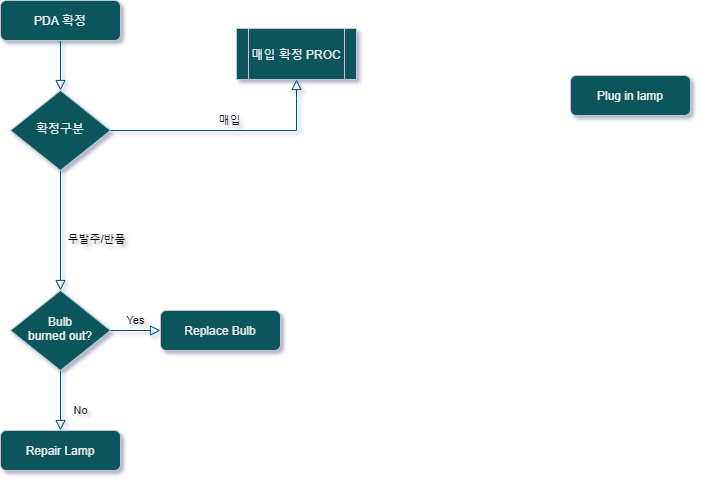
Above: New PDA Confrim.png in seunggeunjo/Flow-Chart (draw.io), before the change. Source tidied: cells renumbered, new cells last; positions are measured from the earlier drawing's top-left corner, leaving out a move shared by most shapes.
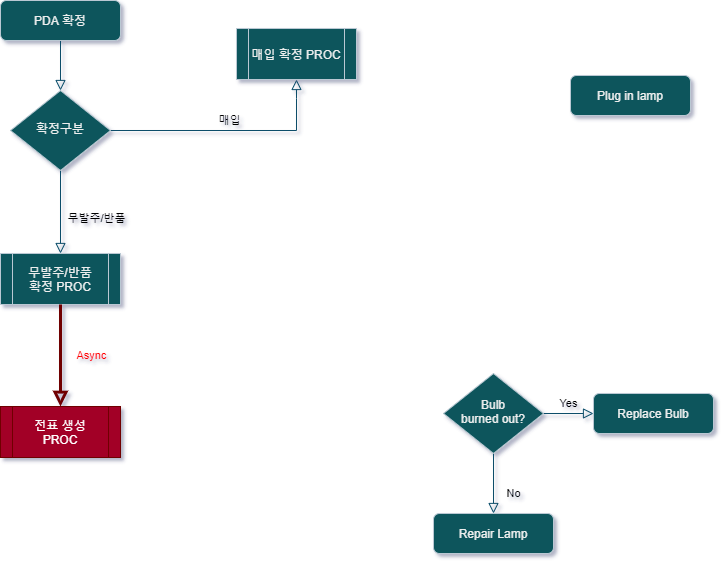
The same diagram one commit later.

What changed in the source:
```diff
@@ -8,7 +8,7 @@
     <mxCell id="3" value="PDA 확정" style="rounded=1;whiteSpace=wrap;html=1;fontSize=12;glass=0;strokeWidth=1;shadow=0;fillColor=#09555B;strokeColor=#BAC8D3;fontColor=#EEEEEE;" parent="1" vertex="1">
       <mxGeometry width="120" height="40" as="geometry" />
     </mxCell>
-    <mxCell id="4" value="무발주/반품" style="rounded=0;html=1;jettySize=auto;fontSize=11;endArrow=block;endFill=0;endSize=8;strokeWidth=1;shadow=0;labelBackgroundColor=none;edgeStyle=orthogonalEdgeStyle;strokeColor=#0B4D6A;" parent="1" edge="1" source="6" target="10">
+    <mxCell id="4" value="무발주/반품" style="rounded=0;html=1;jettySize=auto;fontSize=11;endArrow=block;endFill=0;endSize=8;strokeWidth=1;shadow=0;labelBackgroundColor=none;edgeStyle=orthogonalEdgeStyle;strokeColor=#0B4D6A;" parent="1" edge="1" source="6" target="14">
       <mxGeometry x="0.15" y="36" relative="1" as="geometry" />
     </mxCell>
     <mxCell id="5" value="매입" style="edgeStyle=orthogonalEdgeStyle;rounded=0;html=1;jettySize=auto;fontSize=11;endArrow=block;endFill=0;endSize=8;strokeWidth=1;shadow=0;labelBackgroundColor=none;entryX=0.5;entryY=1;entryDx=0;entryDy=0;strokeColor=#0B4D6A;" parent="1" edge="1" source="6" target="13">
@@ -32,16 +32,25 @@
       <mxGeometry y="10" relative="1" as="geometry" />
     </mxCell>
     <mxCell id="10" value="Bulb&lt;br&gt;burned out?" style="rhombus;whiteSpace=wrap;html=1;shadow=0;fontFamily=Helvetica;fontSize=12;align=center;strokeWidth=1;spacing=6;spacingTop=-4;fillColor=#09555B;strokeColor=#BAC8D3;fontColor=#EEEEEE;" parent="1" vertex="1">
-      <mxGeometry x="10" y="290" width="100" height="80" as="geometry" />
+      <mxGeometry x="443" y="373" width="100" height="80" as="geometry" />
     </mxCell>
     <mxCell id="11" value="Repair Lamp" style="rounded=1;whiteSpace=wrap;html=1;fontSize=12;glass=0;strokeWidth=1;shadow=0;fillColor=#09555B;strokeColor=#BAC8D3;fontColor=#EEEEEE;" parent="1" vertex="1">
-      <mxGeometry y="430" width="120" height="40" as="geometry" />
+      <mxGeometry x="433" y="513" width="120" height="40" as="geometry" />
     </mxCell>
     <mxCell id="12" value="Replace Bulb" style="rounded=1;whiteSpace=wrap;html=1;fontSize=12;glass=0;strokeWidth=1;shadow=0;fillColor=#09555B;strokeColor=#BAC8D3;fontColor=#EEEEEE;" parent="1" vertex="1">
-      <mxGeometry x="160" y="310" width="120" height="40" as="geometry" />
+      <mxGeometry x="593" y="393" width="120" height="40" as="geometry" />
     </mxCell>
     <mxCell id="13" value="매입 확정 PROC" style="shape=process;whiteSpace=wrap;html=1;backgroundOutline=1;fillColor=#09555B;strokeColor=#BAC8D3;fontColor=#EEEEEE;" parent="1" vertex="1">
       <mxGeometry x="236" y="28" width="120" height="51" as="geometry" />
     </mxCell>
+    <mxCell id="14" value="무발주/반품&lt;br&gt;확정 PROC" style="shape=process;whiteSpace=wrap;html=1;backgroundOutline=1;fillColor=#09555B;strokeColor=#BAC8D3;fontColor=#EEEEEE;" parent="1" vertex="1">
+      <mxGeometry y="253" width="120" height="51" as="geometry" />
+    </mxCell>
+    <mxCell id="15" value="전표 생성&lt;br&gt;PROC" style="shape=process;whiteSpace=wrap;html=1;backgroundOutline=1;fillColor=#a20025;strokeColor=#6F0000;fontColor=#ffffff;" parent="1" vertex="1">
+      <mxGeometry y="406" width="120" height="51" as="geometry" />
+    </mxCell>
+    <mxCell id="16" value="&lt;font color=&quot;#ff0000&quot;&gt;Async&lt;/font&gt;" style="rounded=0;html=1;jettySize=auto;fontSize=11;endArrow=block;endFill=0;endSize=8;strokeWidth=3;shadow=0;labelBackgroundColor=none;edgeStyle=orthogonalEdgeStyle;strokeColor=#6F0000;fillColor=#a20025;" parent="1" edge="1" source="14" target="15">
+      <mxGeometry y="31" relative="1" as="geometry" />
+    </mxCell>
   </root>
 </mxGraphModel>
```
